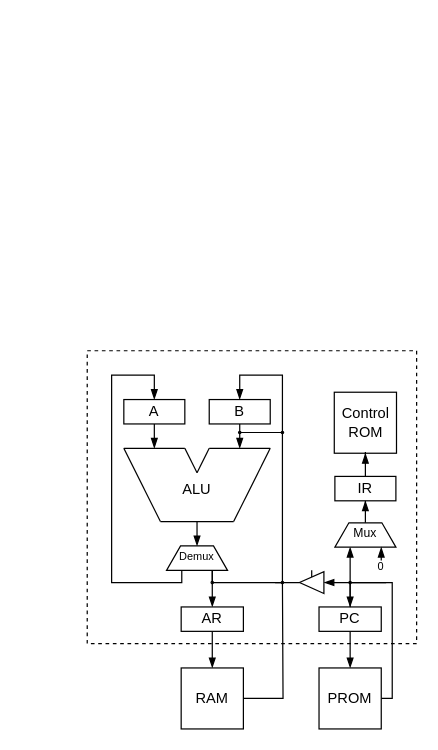
Earlier version of the draw.io diagram docs/blocos.drawio (RicardoKers/CpuDidatica). Source tidied: cells renumbered, new cells numbered last; positions are measured from the earlier drawing's top-left corner, leaving out a move shared by most shapes. Both pictures are drawn from the tidied source at 122%, with x=0, y=0 at pixel (87, 350).
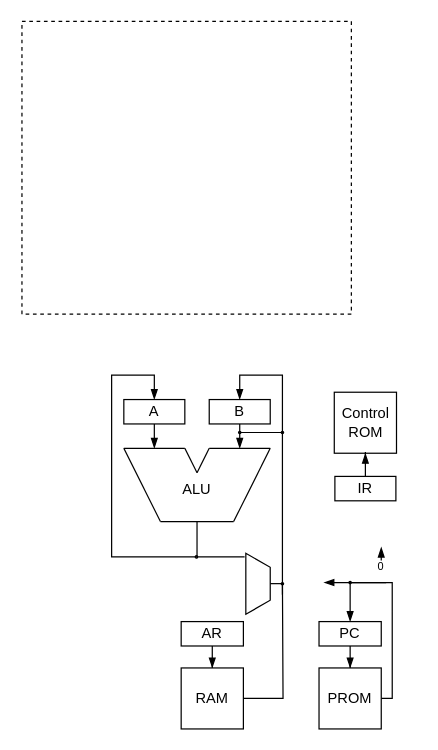
After the change.

The change refers to these unchanged cells:
```xml
<mxCell id="4" value="A" style="rounded=0;whiteSpace=wrap;html=1;" parent="1" vertex="1">
  <mxGeometry x="30" y="40" width="50" height="20" as="geometry" />
</mxCell>
<mxCell id="6" value="B" style="rounded=0;whiteSpace=wrap;html=1;" parent="1" vertex="1">
  <mxGeometry x="100" y="40" width="50" height="20" as="geometry" />
</mxCell>
<mxCell id="36" value="IR" style="rounded=0;whiteSpace=wrap;html=1;" parent="1" vertex="1">
  <mxGeometry x="203" y="103" width="50" height="20" as="geometry" />
</mxCell>
```

What changed in the source:
```diff
@@
     <mxCell id="2" style="rounded=0;whiteSpace=wrap;html=1;fillColor=none;dashed=1;" parent="1" vertex="1">
-      <mxGeometry width="270" height="240" as="geometry" />
+      <mxGeometry x="-53.5" y="-270" width="270" height="240" as="geometry" />
     </mxCell>
@@
-    <mxCell id="15" style="edgeStyle=orthogonalEdgeStyle;rounded=0;jettySize=auto;html=1;endArrow=blockThin;endFill=1;entryX=0.5;entryY=1;entryDx=0;entryDy=0;" parent="1" edge="1" target="19">
+    <mxCell id="15" style="edgeStyle=orthogonalEdgeStyle;rounded=0;orthogonalLoop=1;jettySize=auto;html=1;endArrow=none;endFill=0;" parent="1" edge="1">
       <mxGeometry relative="1" as="geometry">
         <mxPoint x="90" y="140" as="sourcePoint" />
+        <mxPoint x="90" y="170" as="targetPoint" />
       </mxGeometry>
     </mxCell>
-    <mxCell id="16" style="edgeStyle=orthogonalEdgeStyle;rounded=0;jettySize=auto;html=1;exitX=0.75;exitY=0;exitDx=0;exitDy=0;entryX=0.5;entryY=0;entryDx=0;entryDy=0;endArrow=blockThin;endFill=1;" parent="1" edge="1" source="19" target="4">
+    <mxCell id="16" style="edgeStyle=orthogonalEdgeStyle;rounded=0;jettySize=auto;html=1;entryX=0.5;entryY=0;entryDx=0;entryDy=0;endArrow=blockThin;endFill=1;exitX=0;exitY=1;exitDx=0;exitDy=0;" parent="1" edge="1" target="4">
       <mxGeometry relative="1" as="geometry">
+        <mxPoint x="129" y="169" as="sourcePoint" />
         <Array as="points">
-          <mxPoint x="78" y="190" />
-          <mxPoint x="20" y="190" />
+          <mxPoint x="20" y="169" />
           <mxPoint x="20" y="20" />
           <mxPoint x="55" y="20" />
         </Array>
       </mxGeometry>
     </mxCell>
-    <mxCell id="17" style="edgeStyle=orthogonalEdgeStyle;rounded=0;jettySize=auto;html=1;exitX=0.25;exitY=0;exitDx=0;exitDy=0;entryX=0.5;entryY=0;entryDx=0;entryDy=0;endArrow=blockThin;endFill=1;" parent="1" edge="1" source="19" target="6">
+    <mxCell id="17" style="edgeStyle=orthogonalEdgeStyle;rounded=0;jettySize=auto;html=1;entryX=0.5;entryY=0;entryDx=0;entryDy=0;endArrow=blockThin;endFill=1;" parent="1" edge="1" target="6">
       <mxGeometry relative="1" as="geometry">
+        <mxPoint x="160" y="200" as="sourcePoint" />
         <Array as="points">
-          <mxPoint x="103" y="190" />
-          <mxPoint x="160" y="190" />
           <mxPoint x="160" y="20" />
           <mxPoint x="125" y="20" />
         </Array>
       </mxGeometry>
     </mxCell>
-    <mxCell id="18" style="edgeStyle=orthogonalEdgeStyle;rounded=0;jettySize=auto;html=1;exitX=0.25;exitY=0;exitDx=0;exitDy=0;entryX=0.5;entryY=0;entryDx=0;entryDy=0;endArrow=blockThin;endFill=1;" parent="1" edge="1" source="19" target="23">
-      <mxGeometry relative="1" as="geometry" />
-    </mxCell>
-    <mxCell id="19" style="verticalLabelPosition=middle;verticalAlign=middle;html=1;shape=trapezoid;perimeter=trapezoidPerimeter;whiteSpace=wrap;size=0.23;arcSize=10;flipV=1;labelPosition=center;align=center;rotation=-180;" parent="1" vertex="1">
-      <mxGeometry x="65" y="160" width="50" height="20" as="geometry" />
-    </mxCell>
@@
-    <mxCell id="21" value="&lt;font style=&quot;font-size: 9px&quot;&gt;Demux&lt;/font&gt;" style="text;html=1;strokeColor=none;fillColor=none;align=center;verticalAlign=middle;whiteSpace=wrap;rounded=0;" parent="1" vertex="1">
-      <mxGeometry x="70" y="158" width="40" height="20" as="geometry" />
-    </mxCell>
@@
     <mxCell id="23" value="AR" style="rounded=0;whiteSpace=wrap;html=1;" parent="1" vertex="1">
-      <mxGeometry x="77" y="210" width="51" height="20" as="geometry" />
+      <mxGeometry x="77" y="222" width="51" height="20" as="geometry" />
     </mxCell>
@@
-    <mxCell id="27" style="edgeStyle=orthogonalEdgeStyle;rounded=0;jettySize=auto;html=1;exitX=0.5;exitY=0;exitDx=0;exitDy=0;entryX=0.75;entryY=0;entryDx=0;entryDy=0;endArrow=blockThin;endFill=1;" parent="1" edge="1" source="28" target="32">
-      <mxGeometry relative="1" as="geometry" />
-    </mxCell>
     <mxCell id="28" value="PC" style="rounded=0;whiteSpace=wrap;html=1;" parent="1" vertex="1">
-      <mxGeometry x="190" y="210" width="51" height="20" as="geometry" />
+      <mxGeometry x="190" y="222" width="51" height="20" as="geometry" />
     </mxCell>
@@
-    <mxCell id="31" style="edgeStyle=orthogonalEdgeStyle;rounded=0;jettySize=auto;html=1;entryX=0.5;entryY=1;entryDx=0;entryDy=0;endArrow=blockThin;endFill=1;" parent="1" edge="1" source="32" target="36">
-      <mxGeometry relative="1" as="geometry" />
-    </mxCell>
-    <mxCell id="32" style="verticalLabelPosition=middle;verticalAlign=middle;html=1;shape=trapezoid;perimeter=trapezoidPerimeter;whiteSpace=wrap;size=0.23;arcSize=10;flipV=1;labelPosition=center;align=center;rotation=-180;" parent="1" vertex="1">
-      <mxGeometry x="203" y="141" width="50" height="20" as="geometry" />
+    <mxCell id="32" style="verticalLabelPosition=middle;verticalAlign=middle;html=1;shape=trapezoid;perimeter=trapezoidPerimeter;whiteSpace=wrap;size=0.23;arcSize=10;flipV=1;labelPosition=center;align=center;rotation=-90;" parent="1" vertex="1">
+      <mxGeometry x="115" y="181" width="50" height="20" as="geometry" />
     </mxCell>
-    <mxCell id="33" value="&lt;font style=&quot;font-size: 10px&quot;&gt;Mux&lt;/font&gt;" style="text;html=1;strokeColor=none;fillColor=none;align=center;verticalAlign=middle;whiteSpace=wrap;rounded=0;" parent="1" vertex="1">
-      <mxGeometry x="208" y="139" width="40" height="20" as="geometry" />
-    </mxCell>
@@
-    <mxCell id="39" style="endArrow=none;html=1;exitX=0;exitY=0.5;exitDx=0;exitDy=0;endFill=0;startArrow=blockThin;startFill=1;" parent="1" edge="1" source="42">
+    <mxCell id="39" style="endArrow=none;html=1;exitX=0;exitY=0.5;exitDx=0;exitDy=0;endFill=0;startArrow=blockThin;startFill=1;" parent="1" edge="1">
       <mxGeometry relative="1" as="geometry">
+        <mxPoint x="194" y="190" as="sourcePoint" />
         <mxPoint x="245" y="190" as="targetPoint" />
       </mxGeometry>
     </mxCell>
-    <mxCell id="40" style="edgeStyle=orthogonalEdgeStyle;rounded=0;jettySize=auto;html=1;endArrow=none;endFill=0;" parent="1" edge="1" source="42">
+    <mxCell id="40" style="edgeStyle=orthogonalEdgeStyle;rounded=0;orthogonalLoop=1;jettySize=auto;html=1;endArrow=none;endFill=0;exitX=0.547;exitY=-0.056;exitDx=0;exitDy=0;exitPerimeter=0;" parent="1" edge="1">
       <mxGeometry relative="1" as="geometry">
+        <mxPoint x="150.1" y="190.9" as="sourcePoint" />
         <mxPoint x="160" y="190" as="targetPoint" />
       </mxGeometry>
     </mxCell>
-    <mxCell id="41" style="edgeStyle=orthogonalEdgeStyle;rounded=0;jettySize=auto;html=1;exitX=0.5;exitY=1;exitDx=0;exitDy=0;endArrow=none;endFill=0;" parent="1" edge="1" source="42">
-      <mxGeometry relative="1" as="geometry">
-        <mxPoint x="184" y="180" as="targetPoint" />
-      </mxGeometry>
-    </mxCell>
-    <mxCell id="42" style="triangle;whiteSpace=wrap;html=1;rotation=-180;" parent="1" vertex="1">
-      <mxGeometry x="174" y="181" width="20" height="18" as="geometry" />
-    </mxCell>
     <mxCell id="43" style="ellipse;whiteSpace=wrap;html=1;fillColor=none;" parent="1" vertex="1">
-      <mxGeometry x="101.5" y="189" width="2" height="2" as="geometry" />
+      <mxGeometry x="88.5" y="168" width="2" height="2" as="geometry" />
     </mxCell>
@@
     <mxCell id="47" style="ellipse;whiteSpace=wrap;html=1;fillColor=none;" parent="1" vertex="1">
-      <mxGeometry x="159" y="189" width="2" height="2" as="geometry" />
+      <mxGeometry x="159" y="190" width="2" height="2" as="geometry" />
     </mxCell>
```
